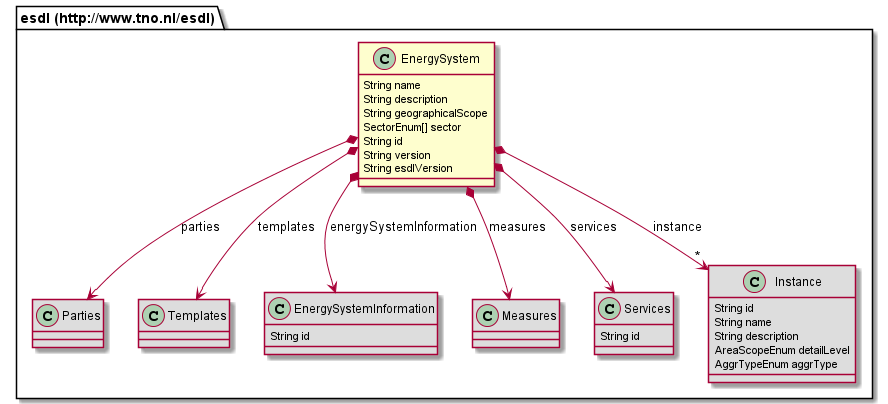
Before: 687474703a2f2f7777772e746e6f2e6e6c2f6573646c/EnergySystem.png, a diagram exported from PlantUML (EnergyTransition/energytransition.github.io).
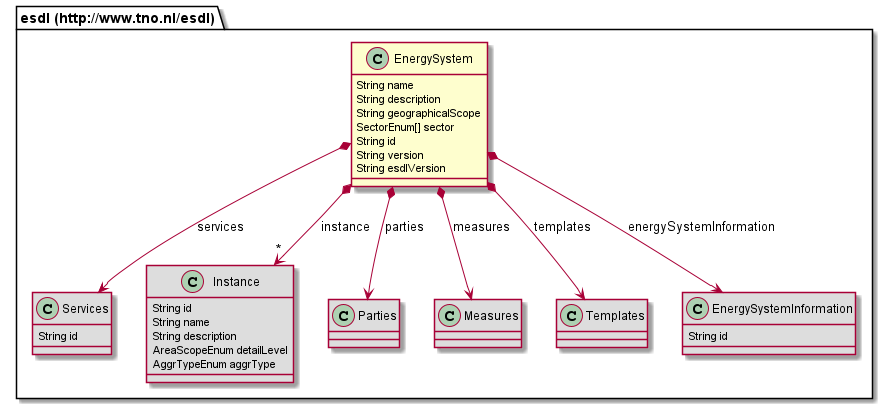
After the change.

Diff of the diagram source:
```diff
@@ -7,15 +7,6 @@
 	String id
 	String version
 	String esdlVersion
-}
-class "esdl (http://www.tno.nl/esdl).Parties" [[#router/doc-content/687474703a2f2f7777772e746e6f2e6e6c2f6573646c/Parties.html{Container for parties that have a role in the energy system}]] #DDDDDD {
-}
-class "esdl (http://www.tno.nl/esdl).Templates" [[#router/doc-content/687474703a2f2f7777772e746e6f2e6e6c2f6573646c/Templates.html{Collection of templates, e.g. asset templates.}]] #DDDDDD {
-}
-class "esdl (http://www.tno.nl/esdl).EnergySystemInformation" [[#router/doc-content/687474703a2f2f7777772e746e6f2e6e6c2f6573646c/EnergySystemInformation.html{Describes reusable information of the energy system, that other classes can refer to in this energy system, such as carriers, profiles, data sources, quantity and units.}]] #DDDDDD {
-	String id
-}
-class "esdl (http://www.tno.nl/esdl).Measures" [[#router/doc-content/687474703a2f2f7777772e746e6f2e6e6c2f6573646c/Measures.html{Collection of measures that can be applied to an energy system}]] #DDDDDD {
 }
 class "esdl (http://www.tno.nl/esdl).Services" [[#router/doc-content/687474703a2f2f7777772e746e6f2e6e6c2f6573646c/Services.html{Defines a collection of logical services used in the energy system, e.g. Demand-Response, Aggregator services, Energy markets and control strategies.}]] #DDDDDD {
 	String id
@@ -27,6 +18,15 @@
 	AreaScopeEnum detailLevel
 	AggrTypeEnum aggrType
 }
+class "esdl (http://www.tno.nl/esdl).Parties" [[#router/doc-content/687474703a2f2f7777772e746e6f2e6e6c2f6573646c/Parties.html{Container for parties that have a role in the energy system}]] #DDDDDD {
+}
+class "esdl (http://www.tno.nl/esdl).Measures" [[#router/doc-content/687474703a2f2f7777772e746e6f2e6e6c2f6573646c/Measures.html{Collection of measures that can be applied to an energy system}]] #DDDDDD {
+}
+class "esdl (http://www.tno.nl/esdl).Templates" [[#router/doc-content/687474703a2f2f7777772e746e6f2e6e6c2f6573646c/Templates.html{Collection of templates, e.g. asset templates.}]] #DDDDDD {
+}
+class "esdl (http://www.tno.nl/esdl).EnergySystemInformation" [[#router/doc-content/687474703a2f2f7777772e746e6f2e6e6c2f6573646c/EnergySystemInformation.html{Describes reusable information of the energy system, that other classes can refer to in this energy system, such as carriers, profiles, data sources, quantity and units.}]] #DDDDDD {
+	String id
+}
 "esdl (http://www.tno.nl/esdl).EnergySystem" *--> "esdl (http://www.tno.nl/esdl).Measures" : measures
 "esdl (http://www.tno.nl/esdl).EnergySystem" *--> "*" "esdl (http://www.tno.nl/esdl).Instance" : instance
 "esdl (http://www.tno.nl/esdl).EnergySystem" *--> "esdl (http://www.tno.nl/esdl).EnergySystemInformation" : energySystemInformation
```
